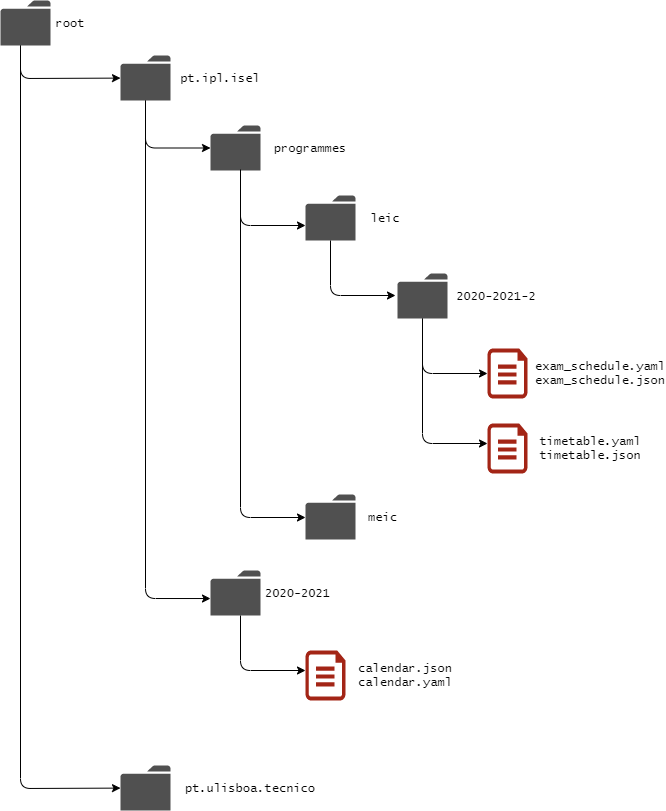
Earlier version of the draw.io export img/I-On_Integration-Data_Structure.png (i-on-project/integration-data). Source tidied: cells renumbered, new cells last; positions are measured from the earlier drawing's top-left corner, leaving out a move shared by most shapes.
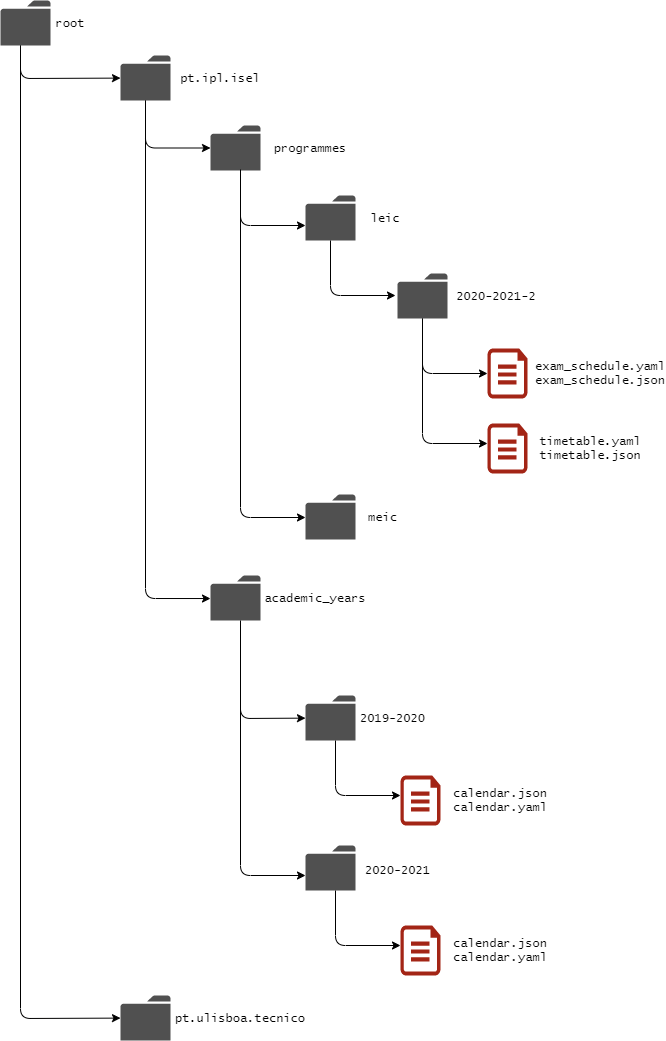
After the commit.

Commit message:
Correction to timetable json and added academic_years folder

Change to the diagram source:
```diff
@@ -46,15 +46,15 @@
       <mxGeometry relative="1" as="geometry">
         <mxPoint x="20" y="45" as="sourcePoint" />
         <Array as="points">
-          <mxPoint x="20" y="788" />
+          <mxPoint x="20" y="1018" />
         </Array>
       </mxGeometry>
     </mxCell>
     <mxCell id="13" style="shadow=0;dashed=0;html=1;strokeColor=none;fillColor=#505050;labelPosition=center;verticalLabelPosition=bottom;verticalAlign=top;outlineConnect=0;align=center;shape=mxgraph.office.concepts.folder;" parent="1" vertex="1">
-      <mxGeometry x="120" y="765" width="50" height="45" as="geometry" />
+      <mxGeometry x="120" y="995" width="50" height="45" as="geometry" />
     </mxCell>
     <mxCell id="14" value="&lt;font face=&quot;lucida console&quot;&gt;pt.ulisboa.tecnico&lt;/font&gt;" style="text;html=1;strokeColor=none;fillColor=none;align=center;verticalAlign=middle;whiteSpace=wrap;rounded=0;" parent="1" vertex="1">
-      <mxGeometry x="180" y="776.2" width="140" height="22.5" as="geometry" />
+      <mxGeometry x="170" y="1006.2" width="140" height="22.5" as="geometry" />
     </mxCell>
     <mxCell id="15" style="endArrow=classic;html=1;" parent="1" edge="1">
       <mxGeometry relative="1" as="geometry">
@@ -75,19 +75,19 @@
       </mxGeometry>
     </mxCell>
     <mxCell id="17" style="shadow=0;dashed=0;html=1;strokeColor=none;fillColor=#505050;labelPosition=center;verticalLabelPosition=bottom;verticalAlign=top;outlineConnect=0;align=center;shape=mxgraph.office.concepts.folder;" parent="1" vertex="1">
-      <mxGeometry x="210" y="570" width="50" height="45" as="geometry" />
+      <mxGeometry x="305" y="695" width="50" height="45" as="geometry" />
     </mxCell>
-    <mxCell id="18" value="2020-2021" style="text;html=1;strokeColor=none;fillColor=none;align=center;verticalAlign=middle;whiteSpace=wrap;rounded=0;fontFamily=Lucida Console;" parent="1" vertex="1">
-      <mxGeometry x="260" y="582.5" width="75" height="20" as="geometry" />
+    <mxCell id="18" value="2019-2020" style="text;html=1;strokeColor=none;fillColor=none;align=center;verticalAlign=middle;whiteSpace=wrap;rounded=0;fontFamily=Lucida Console;" parent="1" vertex="1">
+      <mxGeometry x="355" y="707.5" width="75" height="20" as="geometry" />
     </mxCell>
     <mxCell id="19" style="group;" parent="1" vertex="1">
-      <mxGeometry x="305" y="650" width="180" height="50" as="geometry" />
+      <mxGeometry x="210" y="650" width="180" height="50" as="geometry" />
     </mxCell>
     <mxCell id="20" style="verticalLabelPosition=bottom;html=1;verticalAlign=top;align=center;strokeColor=none;shape=mxgraph.azure.cloud_services_configuration_file;fillColor=#A32516;" parent="19" vertex="1">
-      <mxGeometry width="40" height="50" as="geometry" />
+      <mxGeometry x="190" y="125" width="40" height="50" as="geometry" />
     </mxCell>
     <mxCell id="21" value="calendar.json&lt;br&gt;calendar.yaml" style="text;html=1;strokeColor=none;fillColor=none;align=center;verticalAlign=middle;whiteSpace=wrap;rounded=0;fontFamily=Lucida Console;" parent="19" vertex="1">
-      <mxGeometry x="35" y="15" width="130" height="20" as="geometry" />
+      <mxGeometry x="225" y="140" width="130" height="20" as="geometry" />
     </mxCell>
     <mxCell id="22" style="endArrow=classic;html=1;edgeStyle=orthogonalEdgeStyle;" parent="1" edge="1" source="2">
       <mxGeometry relative="1" as="geometry">
@@ -99,10 +99,10 @@
     </mxCell>
     <mxCell id="23" style="endArrow=classic;html=1;" parent="1" edge="1">
       <mxGeometry relative="1" as="geometry">
-        <mxPoint x="240" y="615" as="sourcePoint" />
-        <mxPoint x="305" y="670" as="targetPoint" />
+        <mxPoint x="335" y="740" as="sourcePoint" />
+        <mxPoint x="400" y="795" as="targetPoint" />
         <Array as="points">
-          <mxPoint x="240" y="670" />
+          <mxPoint x="335" y="795" />
         </Array>
       </mxGeometry>
     </mxCell>
@@ -163,5 +163,53 @@
     <mxCell id="36" value="exam_schedule.yaml&lt;br&gt;exam_schedule.json" style="text;html=1;strokeColor=none;fillColor=none;align=center;verticalAlign=middle;whiteSpace=wrap;rounded=0;fontFamily=Lucida Console;" parent="1" vertex="1">
       <mxGeometry x="560" y="363" width="80" height="20" as="geometry" />
     </mxCell>
+    <mxCell id="37" style="shadow=0;dashed=0;html=1;strokeColor=none;fillColor=#505050;labelPosition=center;verticalLabelPosition=bottom;verticalAlign=top;align=center;shape=mxgraph.office.concepts.folder;" parent="1" vertex="1">
+      <mxGeometry x="305" y="845" width="50" height="45" as="geometry" />
+    </mxCell>
+    <mxCell id="38" style="group;" parent="1" vertex="1">
+      <mxGeometry x="210" y="780" width="180" height="50" as="geometry" />
+    </mxCell>
+    <mxCell id="39" style="verticalLabelPosition=bottom;html=1;verticalAlign=top;align=center;strokeColor=none;shape=mxgraph.azure.cloud_services_configuration_file;fillColor=#A32516;" parent="38" vertex="1">
+      <mxGeometry x="190" y="145" width="40" height="50" as="geometry" />
+    </mxCell>
+    <mxCell id="40" value="calendar.json&lt;br&gt;calendar.yaml" style="text;html=1;strokeColor=none;fillColor=none;align=center;verticalAlign=middle;whiteSpace=wrap;rounded=0;fontFamily=Lucida Console;" parent="38" vertex="1">
+      <mxGeometry x="225" y="160" width="130" height="20" as="geometry" />
+    </mxCell>
+    <mxCell id="41" style="endArrow=classic;html=1;" parent="1" edge="1">
+      <mxGeometry relative="1" as="geometry">
+        <mxPoint x="335" y="890" as="sourcePoint" />
+        <mxPoint x="400" y="945" as="targetPoint" />
+        <Array as="points">
+          <mxPoint x="335" y="945" />
+        </Array>
+      </mxGeometry>
+    </mxCell>
+    <mxCell id="42" value="2020-2021" style="text;html=1;strokeColor=none;fillColor=none;align=center;verticalAlign=middle;whiteSpace=wrap;rounded=0;fontFamily=Lucida Console;" parent="1" vertex="1">
+      <mxGeometry x="360" y="860" width="75" height="20" as="geometry" />
+    </mxCell>
+    <mxCell id="43" style="shadow=0;dashed=0;html=1;strokeColor=none;fillColor=#505050;labelPosition=center;verticalLabelPosition=bottom;verticalAlign=top;align=center;shape=mxgraph.office.concepts.folder;" parent="1" vertex="1">
+      <mxGeometry x="210" y="575" width="50" height="45" as="geometry" />
+    </mxCell>
+    <mxCell id="44" value="&lt;font face=&quot;Lucida Console&quot;&gt;academic_years&lt;/font&gt;" style="text;html=1;strokeColor=none;fillColor=none;align=center;verticalAlign=middle;whiteSpace=wrap;rounded=0;" parent="1" vertex="1">
+      <mxGeometry x="265" y="587.5" width="100" height="20" as="geometry" />
+    </mxCell>
+    <mxCell id="45" style="endArrow=classic;html=1;edgeStyle=orthogonalEdgeStyle;" parent="1" edge="1">
+      <mxGeometry relative="1" as="geometry">
+        <mxPoint x="240" y="620" as="sourcePoint" />
+        <mxPoint x="305" y="875" as="targetPoint" />
+        <Array as="points">
+          <mxPoint x="240" y="875" />
+          <mxPoint x="305" y="875" />
+        </Array>
+      </mxGeometry>
+    </mxCell>
+    <mxCell id="46" style="endArrow=classic;html=1;" parent="1" edge="1" target="17">
+      <mxGeometry relative="1" as="geometry">
+        <mxPoint x="240" y="621" as="sourcePoint" />
+        <Array as="points">
+          <mxPoint x="240" y="718" />
+        </Array>
+      </mxGeometry>
+    </mxCell>
   </root>
 </mxGraphModel>
```
